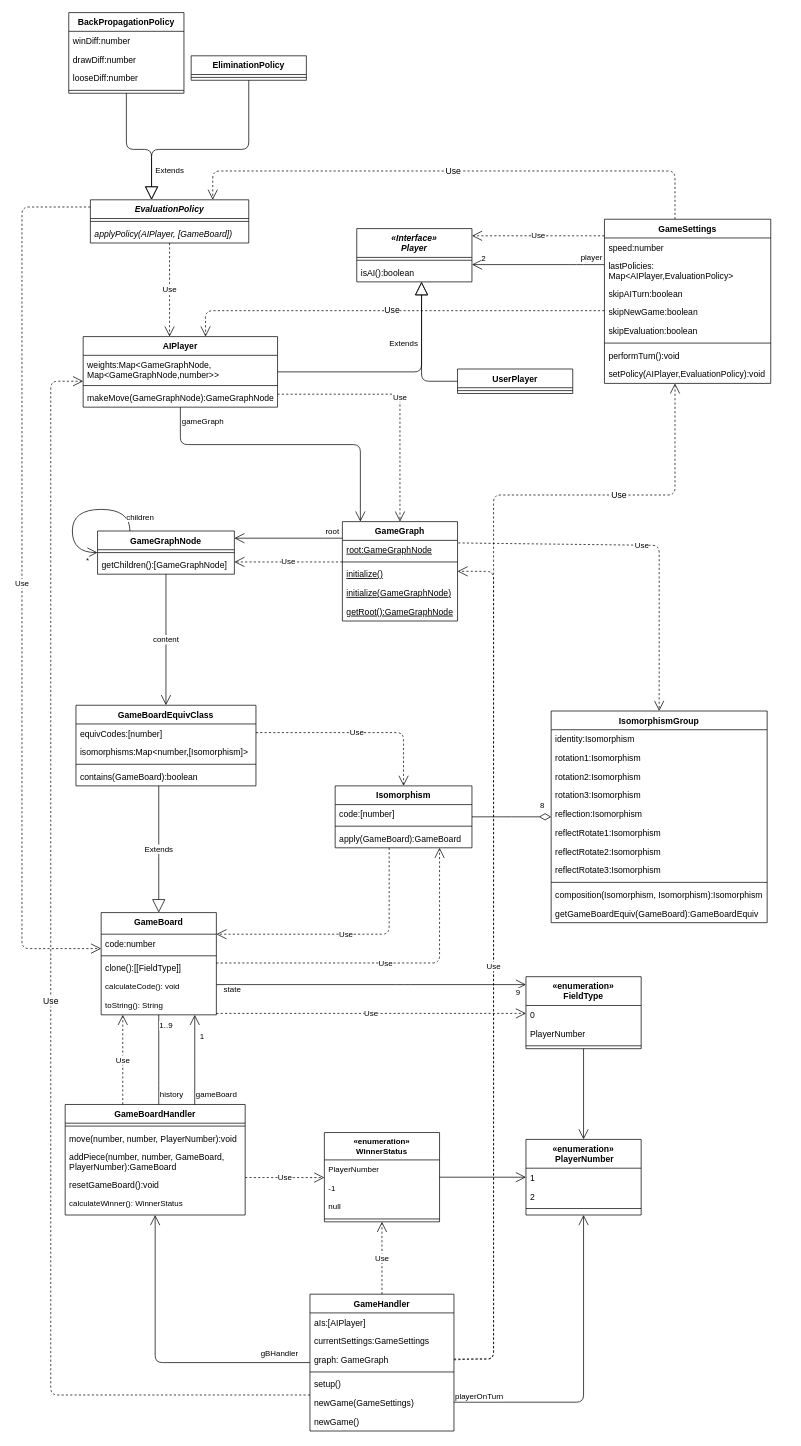
Before: ProductBacklog/Klassendiagramme/Planung.drawio in idlaviV/TIKTacToe, a draw.io diagram. Source tidied: cells renumbered, new cells numbered last; positions are measured from the earlier drawing's top-left corner, leaving out a move shared by most shapes. Both pictures are drawn from the tidied source at 72%, with x=0, y=0 at pixel (22, 12).
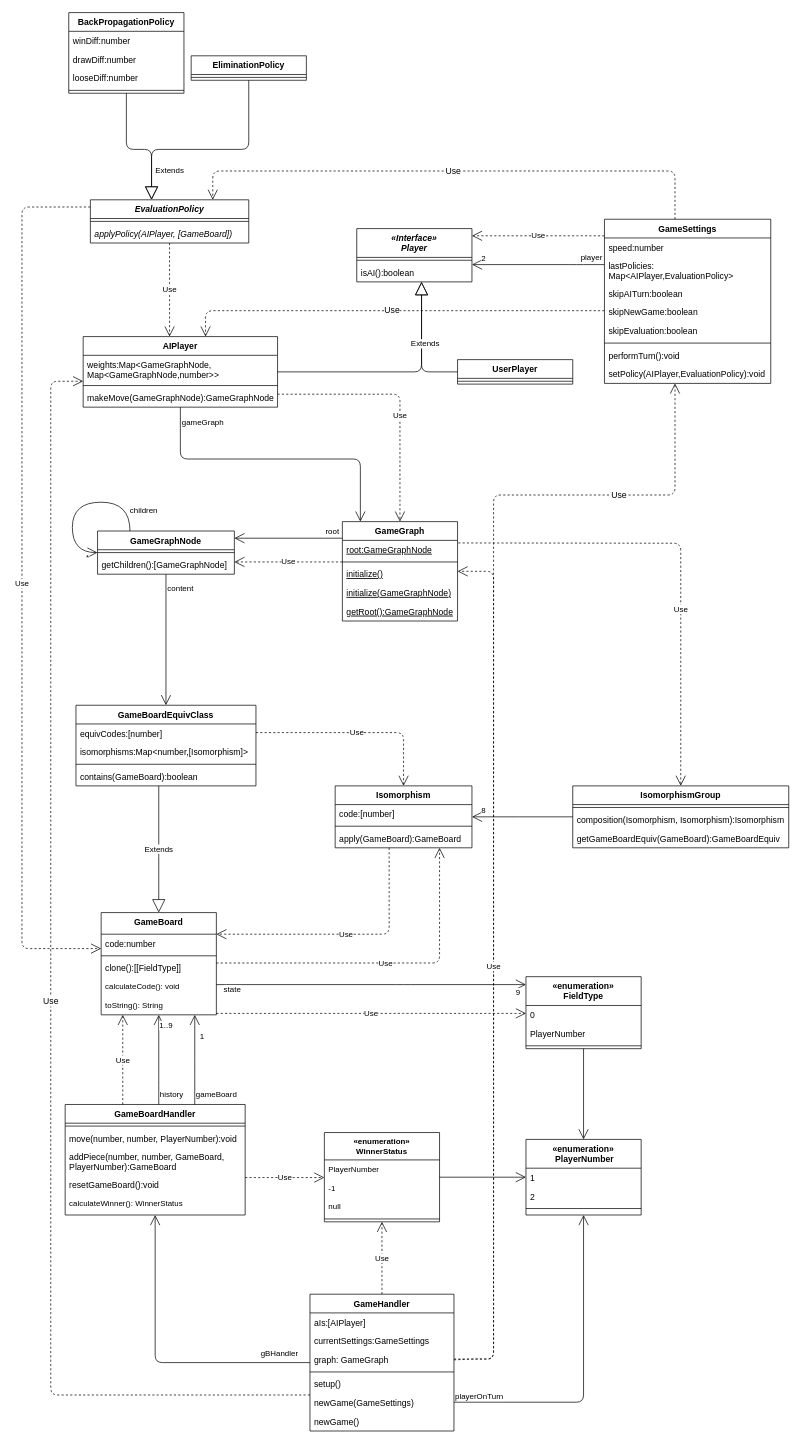
Above is the later version.

Commit message:
weitere Klassendiagramms änderungen

Unchanged cells that the change refers to:
```xml
<mxCell id="2" value="GameBoard" style="swimlane;fontStyle=1;align=center;verticalAlign=top;horizontal=1;startSize=30;rounded=0;shadow=0;strokeWidth=1;" parent="1" vertex="1">
  <mxGeometry x="110" y="1250" width="160" height="142" as="geometry" />
</mxCell>
<mxCell id="8" value="GameBoardHandler" style="swimlane;fontStyle=1;align=center;verticalAlign=top;horizontal=1;startSize=26;rounded=0;shadow=0;strokeWidth=1;" parent="1" vertex="1">
  <mxGeometry x="60" y="1516.5" width="250" height="153.5" as="geometry" />
</mxCell>
<mxCell id="32" value="Isomorphism" style="swimlane;fontStyle=1;align=center;verticalAlign=top;horizontal=1;startSize=26;rounded=0;" parent="1" vertex="1">
  <mxGeometry x="435" y="1074" width="190" height="86" as="geometry" />
</mxCell>
<mxCell id="50" value="GameBoardEquivClass" style="swimlane;fontStyle=1;align=center;verticalAlign=top;horizontal=1;startSize=26;" parent="1" vertex="1">
  <mxGeometry x="75" y="962" width="250" height="112" as="geometry" />
</mxCell>
<mxCell id="57" value="GameGraphNode" style="swimlane;fontStyle=1;align=center;verticalAlign=top;horizontal=1;startSize=26;" parent="1" vertex="1">
  <mxGeometry x="105" y="720" width="190" height="60" as="geometry" />
</mxCell>
<mxCell id="61" value="GameGraph" style="swimlane;fontStyle=1;align=center;verticalAlign=top;horizontal=1;startSize=26;" parent="1" vertex="1">
  <mxGeometry x="445" y="707" width="160" height="138" as="geometry" />
</mxCell>
<mxCell id="62" value="root:GameGraphNode" style="text;strokeColor=none;fillColor=none;align=left;verticalAlign=top;spacingLeft=4;spacingRight=4;overflow=hidden;points=[[0,0.5],[1,0.5]];portConstraint=eastwest;fontStyle=4;" parent="61" vertex="1">
  <mxGeometry y="26" width="160" height="26" as="geometry" />
</mxCell>
<mxCell id="67" value="AIPlayer" style="swimlane;fontStyle=1;align=center;verticalAlign=top;horizontal=1;startSize=26;" parent="1" vertex="1">
  <mxGeometry x="85" y="450" width="270" height="98" as="geometry" />
</mxCell>
<mxCell id="72" value="«Interface»&#10;Player" style="swimlane;fontStyle=3;align=center;verticalAlign=top;horizontal=1;startSize=40;" parent="1" vertex="1">
  <mxGeometry x="465" y="300" width="160" height="74" as="geometry" />
</mxCell>
```

What changed in the source:
```diff
@@
     <mxCell id="37" value="IsomorphismGroup" style="swimlane;fontStyle=1;align=center;verticalAlign=top;horizontal=1;startSize=26;rounded=0;" parent="1" vertex="1">
-      <mxGeometry x="735" y="970" width="300" height="294" as="geometry" />
+      <mxGeometry x="765" y="1074" width="300" height="86" as="geometry" />
     </mxCell>
-    <mxCell id="38" value="identity:Isomorphism" style="text;strokeColor=none;fillColor=none;align=left;verticalAlign=top;spacingLeft=4;spacingRight=4;overflow=hidden;rounded=0;" parent="37" vertex="1">
-      <mxGeometry y="26" width="300" height="26" as="geometry" />
-    </mxCell>
-    <mxCell id="39" value="rotation1:Isomorphism" style="text;strokeColor=none;fillColor=none;align=left;verticalAlign=top;spacingLeft=4;spacingRight=4;overflow=hidden;rounded=0;" parent="37" vertex="1">
-      <mxGeometry y="52" width="300" height="26" as="geometry" />
-    </mxCell>
-    <mxCell id="40" value="rotation2:Isomorphism" style="text;strokeColor=none;fillColor=none;align=left;verticalAlign=top;spacingLeft=4;spacingRight=4;overflow=hidden;rounded=0;" parent="37" vertex="1">
-      <mxGeometry y="78" width="300" height="26" as="geometry" />
-    </mxCell>
-    <mxCell id="41" value="rotation3:Isomorphism" style="text;strokeColor=none;fillColor=none;align=left;verticalAlign=top;spacingLeft=4;spacingRight=4;overflow=hidden;rounded=0;" parent="37" vertex="1">
-      <mxGeometry y="104" width="300" height="26" as="geometry" />
-    </mxCell>
-    <mxCell id="42" value="reflection:Isomorphism" style="text;strokeColor=none;fillColor=none;align=left;verticalAlign=top;spacingLeft=4;spacingRight=4;overflow=hidden;rounded=0;" parent="37" vertex="1">
-      <mxGeometry y="130" width="300" height="26" as="geometry" />
-    </mxCell>
-    <mxCell id="43" value="reflectRotate1:Isomorphism" style="text;strokeColor=none;fillColor=none;align=left;verticalAlign=top;spacingLeft=4;spacingRight=4;overflow=hidden;rounded=0;" parent="37" vertex="1">
-      <mxGeometry y="156" width="300" height="26" as="geometry" />
-    </mxCell>
-    <mxCell id="44" value="reflectRotate2:Isomorphism" style="text;strokeColor=none;fillColor=none;align=left;verticalAlign=top;spacingLeft=4;spacingRight=4;overflow=hidden;rounded=0;" parent="37" vertex="1">
-      <mxGeometry y="182" width="300" height="26" as="geometry" />
-    </mxCell>
-    <mxCell id="45" value="reflectRotate3:Isomorphism" style="text;strokeColor=none;fillColor=none;align=left;verticalAlign=top;spacingLeft=4;spacingRight=4;overflow=hidden;rounded=0;" parent="37" vertex="1">
-      <mxGeometry y="208" width="300" height="26" as="geometry" />
-    </mxCell>
     <mxCell id="46" style="line;strokeWidth=1;fillColor=none;align=left;verticalAlign=middle;spacingTop=-1;spacingLeft=3;spacingRight=3;labelPosition=right;strokeColor=inherit;rounded=0;" parent="37" vertex="1">
-      <mxGeometry y="234" width="300" height="8" as="geometry" />
+      <mxGeometry y="26" width="300" height="8" as="geometry" />
     </mxCell>
     <mxCell id="47" value="composition(Isomorphism, Isomorphism):Isomorphism" style="text;strokeColor=none;fillColor=none;align=left;verticalAlign=top;spacingLeft=4;spacingRight=4;overflow=hidden;rounded=0;" parent="37" vertex="1">
-      <mxGeometry y="242" width="300" height="26" as="geometry" />
+      <mxGeometry y="34" width="300" height="26" as="geometry" />
     </mxCell>
     <mxCell id="48" value="getGameBoardEquiv(GameBoard):GameBoardEquiv" style="text;strokeColor=none;fillColor=none;align=left;verticalAlign=top;spacingLeft=4;spacingRight=4;overflow=hidden;rounded=0;" parent="37" vertex="1">
-      <mxGeometry y="268" width="300" height="26" as="geometry" />
+      <mxGeometry y="60" width="300" height="26" as="geometry" />
     </mxCell>
-    <mxCell id="49" value="8" style="endArrow=none;html=1;endSize=12;startArrow=diamondThin;startSize=14;startFill=0;edgeStyle=elbowEdgeStyle;align=left;verticalAlign=bottom;rounded=0;endFill=0;" parent="1" edge="1" source="37" target="32">
-      <mxGeometry x="-0.7" y="-7" relative="1" as="geometry" />
-    </mxCell>
@@
     <mxCell id="60" value="content" style="endArrow=open;endSize=12;html=1;" parent="1" edge="1" source="57" target="50">
-      <mxGeometry relative="1" as="geometry" />
+      <mxGeometry x="-0.78" y="20" relative="1" as="geometry" />
     </mxCell>
@@
     <mxCell id="71" value="Use" style="endArrow=open;endSize=12;dashed=1;html=1;edgeStyle=orthogonalEdgeStyle;" parent="1" edge="1" source="67" target="61">
-      <mxGeometry relative="1" as="geometry">
+      <mxGeometry x="0.15" relative="1" as="geometry">
         <Array as="points">
           <mxPoint x="525" y="530" />
         </Array>
       </mxGeometry>
     </mxCell>
@@
     <mxCell id="75" value="UserPlayer" style="swimlane;fontStyle=1;align=center;verticalAlign=top;horizontal=1;startSize=26;labelBackgroundColor=none;fillStyle=auto;" parent="1" vertex="1">
-      <mxGeometry x="605" y="495" width="160" height="34" as="geometry" />
+      <mxGeometry x="605" y="482" width="160" height="34" as="geometry" />
     </mxCell>
@@
-    <mxCell id="77" value="Extends" style="endArrow=block;endSize=16;endFill=0;html=1;edgeStyle=elbowEdgeStyle;" parent="1" edge="1" source="67" target="72">
-      <mxGeometry x="0.47" y="25" relative="1" as="geometry">
-        <Array as="points">
-          <mxPoint x="555" y="430" />
-          <mxPoint x="530" y="390" />
-        </Array>
-      </mxGeometry>
-    </mxCell>
@@
     <mxCell id="115" value="Use" style="endArrow=open;endSize=12;dashed=1;html=1;exitX=1.006;exitY=0.138;exitDx=0;exitDy=0;exitPerimeter=0;" parent="1" edge="1" source="62" target="37">
-      <mxGeometry relative="1" as="geometry">
+      <mxGeometry x="0.24" relative="1" as="geometry">
         <Array as="points">
-          <mxPoint x="885" y="740" />
+          <mxPoint x="915" y="737" />
         </Array>
       </mxGeometry>
     </mxCell>
@@
-    <mxCell id="125" value="1..9" style="endArrow=none;html=1;edgeStyle=orthogonalEdgeStyle;endSize=12;" parent="1" edge="1" source="8" target="2">
+    <mxCell id="125" value="1..9" style="endArrow=open;html=1;edgeStyle=orthogonalEdgeStyle;endSize=12;endFill=0;" parent="1" edge="1" source="8" target="2">
       <mxGeometry x="0.76" y="-10" relative="1" as="geometry">
         <Array as="points">
           <mxPoint x="190" y="1490" />
           <mxPoint x="190" y="1490" />
         </Array>
       </mxGeometry>
     </mxCell>
@@
     <mxCell id="129" style="endArrow=open;endFill=1;endSize=12;html=1;curved=1;edgeStyle=orthogonalEdgeStyle;" parent="1" edge="1" source="57" target="57">
       <mxGeometry relative="1" as="geometry">
         <Array as="points">
-          <mxPoint x="150" y="690" />
-          <mxPoint x="70" y="690" />
+          <mxPoint x="150" y="680" />
+          <mxPoint x="70" y="680" />
           <mxPoint x="70" y="750" />
         </Array>
       </mxGeometry>
     </mxCell>
@@
     <mxCell id="135" style="endArrow=open;endFill=1;endSize=12;html=1;edgeStyle=orthogonalEdgeStyle;" parent="1" edge="1" source="67" target="61">
       <mxGeometry relative="1" as="geometry">
         <Array as="points">
-          <mxPoint x="220" y="600" />
-          <mxPoint x="470" y="600" />
+          <mxPoint x="220" y="620" />
+          <mxPoint x="470" y="620" />
         </Array>
       </mxGeometry>
     </mxCell>
     <mxCell id="136" value="gameGraph" style="edgeLabel;html=1;align=center;verticalAlign=middle;" parent="135" vertex="1">
       <mxGeometry x="-0.72" y="-4" relative="1" as="geometry">
-        <mxPoint x="25" y="-37" as="offset" />
+        <mxPoint x="34" y="-37" as="offset" />
       </mxGeometry>
     </mxCell>
@@
+    <mxCell id="77" value="Extends" style="endArrow=block;endSize=16;endFill=0;html=1;edgeStyle=elbowEdgeStyle;" parent="1" edge="1" source="67" target="72">
+      <mxGeometry x="0.47" y="-5" relative="1" as="geometry">
+        <Array as="points">
+          <mxPoint x="555" y="430" />
+          <mxPoint x="530" y="390" />
+        </Array>
+      </mxGeometry>
+    </mxCell>
+    <mxCell id="140" style="endArrow=open;endFill=1;endSize=12;html=1;edgeStyle=elbowEdgeStyle;" parent="1" edge="1" source="37" target="32">
+      <mxGeometry relative="1" as="geometry">
+        <Array as="points">
+          <mxPoint x="700" y="1117" />
+          <mxPoint x="680" y="1100" />
+        </Array>
+      </mxGeometry>
+    </mxCell>
+    <mxCell id="49" value="8" style="edgeLabel;html=1;align=center;verticalAlign=middle;" parent="140" vertex="1">
+      <mxGeometry x="-0.1" y="1" relative="1" as="geometry">
+        <mxPoint x="-62" y="-11" as="offset" />
+      </mxGeometry>
+    </mxCell>
```
